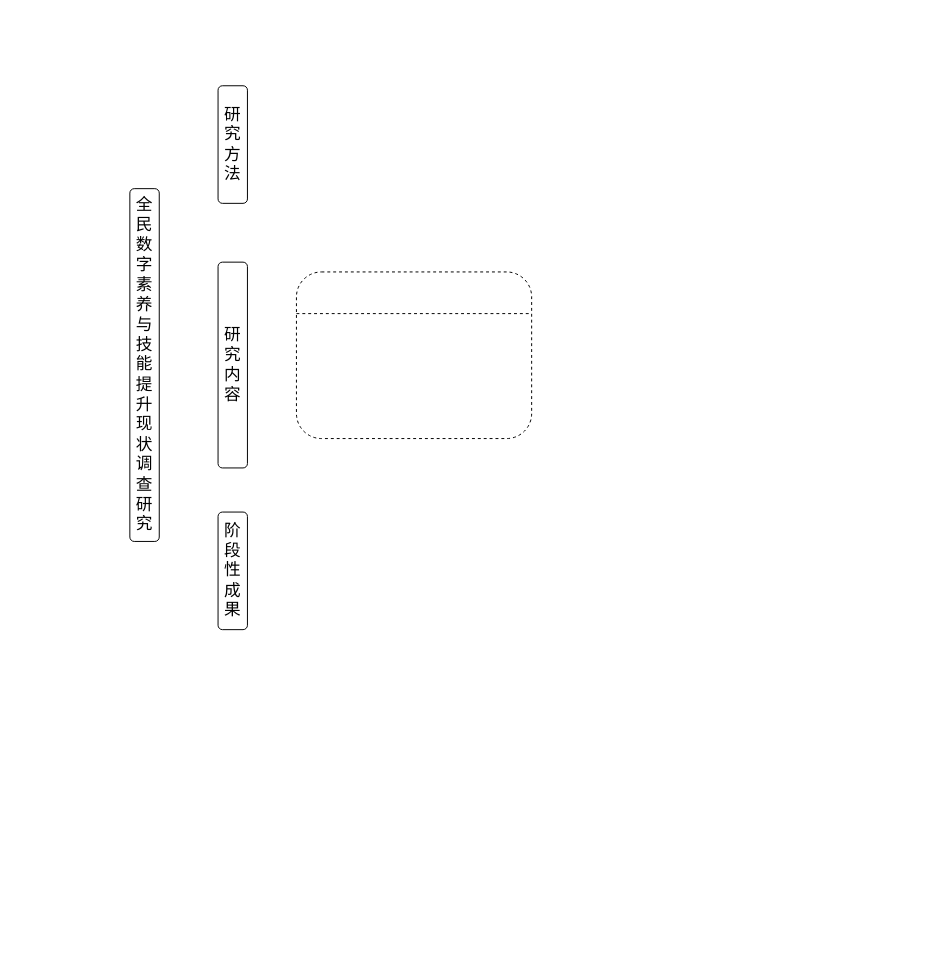
Above: EDU/数字素养调查研究路径.drawio in redcomet88/DRAW (draw.io), before the change. Source tidied: cells renumbered, new cells numbered last; positions are measured from the earlier drawing's top-left corner, leaving out a move shared by most shapes. Both pictures are drawn from the tidied source at 98%, with x=0, y=0 at pixel (129, 85).
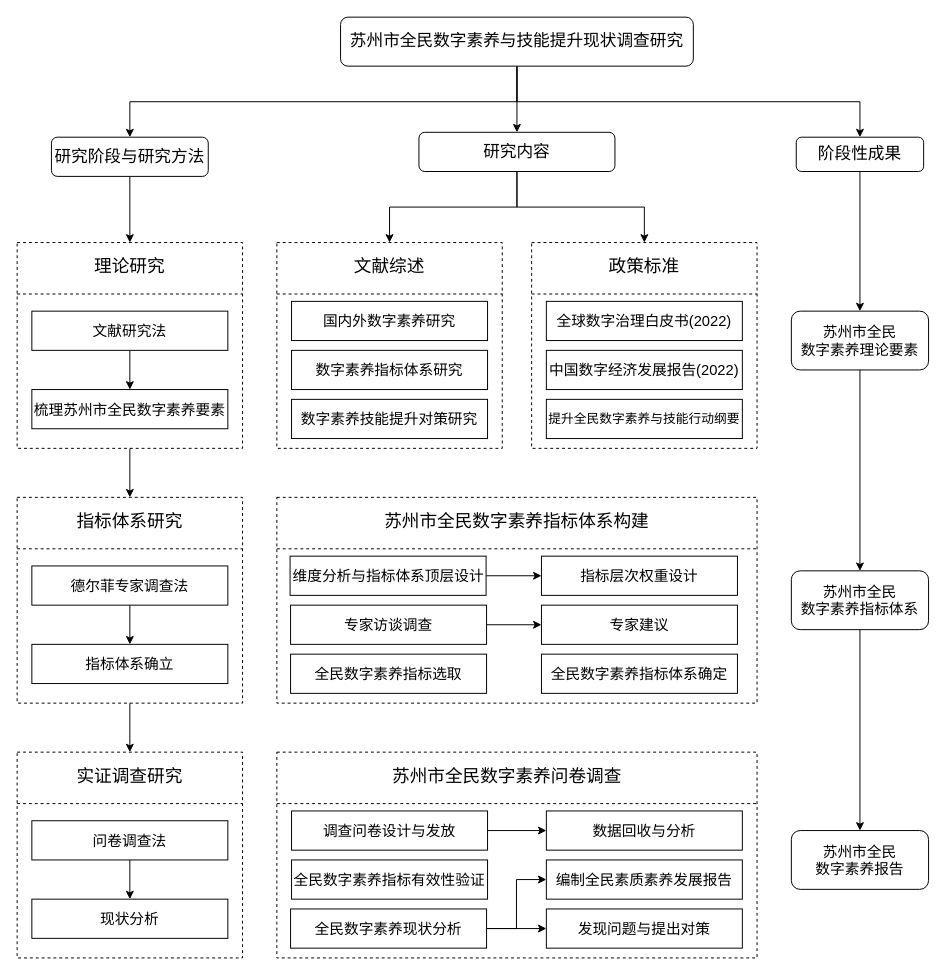
The same page after the edit.

Commit message (it also covers changes not shown here):
更新数字素养调查研究路径.drawio

Change to the diagram source:
```diff
@@
+    <mxCell id="8" style="edgeStyle=orthogonalEdgeStyle;rounded=0;jettySize=auto;html=1;exitX=0.5;exitY=1;exitDx=0;exitDy=0;" parent="1" edge="1" source="2" target="3">
+      <mxGeometry relative="1" as="geometry" />
+    </mxCell>
+    <mxCell id="9" style="edgeStyle=orthogonalEdgeStyle;rounded=0;jettySize=auto;html=1;exitX=0.5;exitY=1;exitDx=0;exitDy=0;entryX=0.5;entryY=0;entryDx=0;entryDy=0;" parent="1" edge="1" source="2" target="5">
+      <mxGeometry relative="1" as="geometry" />
+    </mxCell>
+    <mxCell id="10" style="edgeStyle=orthogonalEdgeStyle;rounded=0;jettySize=auto;html=1;exitX=0.5;exitY=1;exitDx=0;exitDy=0;entryX=0.5;entryY=0;entryDx=0;entryDy=0;" parent="1" edge="1" source="2" target="4">
+      <mxGeometry relative="1" as="geometry" />
+    </mxCell>
-    <mxCell id="2" value="全民数字素养与技能提升现状调查研究" style="rounded=1;whiteSpace=wrap;html=1;fontSize=17;" parent="1" vertex="1">
-      <mxGeometry y="105" width="30" height="360" as="geometry" />
+    <mxCell id="2" value="苏州市全民数字素养与技能提升现状调查研究" style="rounded=1;whiteSpace=wrap;html=1;fontSize=17;" parent="1" vertex="1">
+      <mxGeometry x="215" y="-70" width="360" height="50" as="geometry" />
     </mxCell>
+    <mxCell id="11" style="edgeStyle=orthogonalEdgeStyle;rounded=0;jettySize=auto;html=1;exitX=0.5;exitY=1;exitDx=0;exitDy=0;entryX=0.5;entryY=0;entryDx=0;entryDy=0;" parent="1" edge="1" source="3" target="6">
+      <mxGeometry relative="1" as="geometry" />
+    </mxCell>
+    <mxCell id="12" style="edgeStyle=orthogonalEdgeStyle;rounded=0;jettySize=auto;html=1;exitX=0.5;exitY=1;exitDx=0;exitDy=0;entryX=0.5;entryY=0;entryDx=0;entryDy=0;" parent="1" edge="1" source="3" target="19">
+      <mxGeometry relative="1" as="geometry" />
+    </mxCell>
     <mxCell id="3" value="研究内容" style="rounded=1;whiteSpace=wrap;html=1;fontSize=17;" parent="1" vertex="1">
-      <mxGeometry x="90" y="180" width="30" height="210" as="geometry" />
+      <mxGeometry x="295" y="47.5" width="200" height="40" as="geometry" />
     </mxCell>
+    <mxCell id="13" style="edgeStyle=orthogonalEdgeStyle;rounded=0;jettySize=auto;html=1;exitX=0.5;exitY=1;exitDx=0;exitDy=0;entryX=0.5;entryY=0;entryDx=0;entryDy=0;" parent="1" edge="1" source="4" target="33">
+      <mxGeometry relative="1" as="geometry" />
+    </mxCell>
     <mxCell id="4" value="阶段性成果" style="rounded=1;whiteSpace=wrap;html=1;fontSize=17;" parent="1" vertex="1">
-      <mxGeometry x="90" y="435" width="30" height="120" as="geometry" />
+      <mxGeometry x="680" y="52.5" width="130" height="35" as="geometry" />
     </mxCell>
+    <mxCell id="14" style="edgeStyle=orthogonalEdgeStyle;rounded=0;jettySize=auto;html=1;exitX=0.5;exitY=1;exitDx=0;exitDy=0;entryX=0.5;entryY=0;entryDx=0;entryDy=0;" parent="1" edge="1" source="5" target="26">
+      <mxGeometry relative="1" as="geometry" />
+    </mxCell>
-    <mxCell id="5" value="研究方法" style="rounded=1;whiteSpace=wrap;html=1;fontSize=17;" parent="1" vertex="1">
-      <mxGeometry x="90" width="30" height="120" as="geometry" />
+    <mxCell id="5" value="研究阶段与研究方法" style="rounded=1;whiteSpace=wrap;html=1;fontSize=17;" parent="1" vertex="1">
+      <mxGeometry x="-80" y="52.5" width="160" height="40" as="geometry" />
     </mxCell>
-    <mxCell id="6" style="rounded=1;whiteSpace=wrap;html=1;dashed=1;" parent="1" vertex="1">
-      <mxGeometry x="170" y="190" width="240" height="170" as="geometry" />
+    <mxCell id="6" style="rounded=0;whiteSpace=wrap;html=1;dashed=1;" parent="1" vertex="1">
+      <mxGeometry x="150" y="160" width="230" height="210" as="geometry" />
     </mxCell>
@@
+    <mxCell id="15" value="文献综述" style="text;html=1;strokeColor=none;fillColor=none;align=center;verticalAlign=middle;whiteSpace=wrap;rounded=0;fontSize=18;" parent="1" vertex="1">
+      <mxGeometry x="190" y="170" width="150" height="30" as="geometry" />
+    </mxCell>
+    <mxCell id="16" value="国内外数字素养研究" style="rounded=0;whiteSpace=wrap;html=1;fontSize=15;" parent="1" vertex="1">
+      <mxGeometry x="165" y="220" width="200" height="40" as="geometry" />
+    </mxCell>
+    <mxCell id="17" value="数字素养指标体系研究" style="rounded=0;whiteSpace=wrap;html=1;fontSize=15;" parent="1" vertex="1">
+      <mxGeometry x="165" y="270" width="200" height="40" as="geometry" />
+    </mxCell>
+    <mxCell id="18" value="数字素养技能提升对策研究" style="rounded=0;whiteSpace=wrap;html=1;fontSize=15;" parent="1" vertex="1">
+      <mxGeometry x="165" y="320" width="200" height="40" as="geometry" />
+    </mxCell>
+    <mxCell id="19" style="rounded=0;whiteSpace=wrap;html=1;dashed=1;" parent="1" vertex="1">
+      <mxGeometry x="410" y="160" width="230" height="210" as="geometry" />
+    </mxCell>
+    <mxCell id="20" style="endArrow=none;dashed=1;html=1;rounded=0;entryX=1;entryY=0.25;entryDx=0;entryDy=0;exitX=0;exitY=0.25;exitDx=0;exitDy=0;" parent="1" edge="1" source="19" target="19">
+      <mxGeometry relative="1" as="geometry" />
+    </mxCell>
+    <mxCell id="21" value="政策标准" style="text;html=1;strokeColor=none;fillColor=none;align=center;verticalAlign=middle;whiteSpace=wrap;rounded=0;fontSize=18;" parent="1" vertex="1">
+      <mxGeometry x="450" y="170" width="150" height="30" as="geometry" />
+    </mxCell>
+    <mxCell id="22" value="全球数字治理白皮书(2022)" style="rounded=0;whiteSpace=wrap;html=1;fontSize=15;" parent="1" vertex="1">
+      <mxGeometry x="425" y="220" width="200" height="40" as="geometry" />
+    </mxCell>
+    <mxCell id="23" value="中国数字经济发展报告(2022)" style="rounded=0;whiteSpace=wrap;html=1;fontSize=15;" parent="1" vertex="1">
+      <mxGeometry x="425" y="270" width="200" height="40" as="geometry" />
+    </mxCell>
+    <mxCell id="24" value="提升全民数字素养与技能行动纲要" style="rounded=0;whiteSpace=wrap;html=1;fontSize=13;" parent="1" vertex="1">
+      <mxGeometry x="425" y="320" width="200" height="40" as="geometry" />
+    </mxCell>
+    <mxCell id="25" style="edgeStyle=orthogonalEdgeStyle;rounded=0;jettySize=auto;html=1;exitX=0.5;exitY=1;exitDx=0;exitDy=0;entryX=0.5;entryY=0;entryDx=0;entryDy=0;" parent="1" edge="1" source="26" target="38">
+      <mxGeometry relative="1" as="geometry" />
+    </mxCell>
+    <mxCell id="26" style="rounded=0;whiteSpace=wrap;html=1;dashed=1;" parent="1" vertex="1">
+      <mxGeometry x="-115" y="160" width="230" height="210" as="geometry" />
+    </mxCell>
+    <mxCell id="27" style="endArrow=none;dashed=1;html=1;rounded=0;entryX=1;entryY=0.25;entryDx=0;entryDy=0;exitX=0;exitY=0.25;exitDx=0;exitDy=0;" parent="1" edge="1" source="26" target="26">
+      <mxGeometry relative="1" as="geometry" />
+    </mxCell>
+    <mxCell id="28" value="理论研究" style="text;html=1;strokeColor=none;fillColor=none;align=center;verticalAlign=middle;whiteSpace=wrap;rounded=0;fontSize=18;" parent="1" vertex="1">
+      <mxGeometry x="-75" y="170" width="150" height="30" as="geometry" />
+    </mxCell>
+    <mxCell id="29" style="edgeStyle=orthogonalEdgeStyle;rounded=0;jettySize=auto;html=1;" parent="1" edge="1" source="30" target="31">
+      <mxGeometry relative="1" as="geometry" />
+    </mxCell>
+    <mxCell id="30" value="文献研究法" style="rounded=0;whiteSpace=wrap;html=1;fontSize=15;" parent="1" vertex="1">
+      <mxGeometry x="-100" y="230" width="200" height="40" as="geometry" />
+    </mxCell>
+    <mxCell id="31" value="梳理苏州市全民数字素养要素" style="rounded=0;whiteSpace=wrap;html=1;fontSize=15;" parent="1" vertex="1">
+      <mxGeometry x="-100" y="310" width="200" height="40" as="geometry" />
+    </mxCell>
+    <mxCell id="32" style="edgeStyle=orthogonalEdgeStyle;rounded=0;jettySize=auto;html=1;exitX=0.5;exitY=1;exitDx=0;exitDy=0;entryX=0.5;entryY=0;entryDx=0;entryDy=0;" parent="1" edge="1" source="33" target="35">
+      <mxGeometry relative="1" as="geometry" />
+    </mxCell>
+    <mxCell id="33" value="苏州市全民&lt;br&gt;数字素养理论要素" style="rounded=1;whiteSpace=wrap;html=1;fontSize=15;" parent="1" vertex="1">
+      <mxGeometry x="675" y="230" width="140" height="60" as="geometry" />
+    </mxCell>
+    <mxCell id="34" style="edgeStyle=orthogonalEdgeStyle;rounded=0;jettySize=auto;html=1;exitX=0.5;exitY=1;exitDx=0;exitDy=0;entryX=0.5;entryY=0;entryDx=0;entryDy=0;" parent="1" edge="1" source="35" target="36">
+      <mxGeometry relative="1" as="geometry" />
+    </mxCell>
+    <mxCell id="35" value="苏州市全民&lt;br&gt;数字素养指标体系" style="rounded=1;whiteSpace=wrap;html=1;fontSize=15;" parent="1" vertex="1">
+      <mxGeometry x="675" y="495" width="140" height="60" as="geometry" />
+    </mxCell>
+    <mxCell id="36" value="苏州市全民&lt;br&gt;数字素养报告" style="rounded=1;whiteSpace=wrap;html=1;fontSize=15;" parent="1" vertex="1">
+      <mxGeometry x="675" y="760" width="140" height="60" as="geometry" />
+    </mxCell>
+    <mxCell id="37" style="edgeStyle=orthogonalEdgeStyle;rounded=0;jettySize=auto;html=1;exitX=0.5;exitY=1;exitDx=0;exitDy=0;entryX=0.5;entryY=0;entryDx=0;entryDy=0;" parent="1" edge="1" source="38" target="44">
+      <mxGeometry relative="1" as="geometry" />
+    </mxCell>
+    <mxCell id="38" style="rounded=0;whiteSpace=wrap;html=1;dashed=1;" parent="1" vertex="1">
+      <mxGeometry x="-115" y="420" width="230" height="210" as="geometry" />
+    </mxCell>
+    <mxCell id="39" style="endArrow=none;dashed=1;html=1;rounded=0;entryX=1;entryY=0.25;entryDx=0;entryDy=0;exitX=0;exitY=0.25;exitDx=0;exitDy=0;" parent="1" edge="1" source="38" target="38">
+      <mxGeometry relative="1" as="geometry" />
+    </mxCell>
+    <mxCell id="40" style="edgeStyle=orthogonalEdgeStyle;rounded=0;jettySize=auto;html=1;" parent="1" edge="1" source="41" target="42">
+      <mxGeometry relative="1" as="geometry" />
+    </mxCell>
+    <mxCell id="41" value="德尔菲专家调查法" style="rounded=0;whiteSpace=wrap;html=1;fontSize=15;" parent="1" vertex="1">
+      <mxGeometry x="-100" y="490" width="200" height="40" as="geometry" />
+    </mxCell>
+    <mxCell id="42" value="指标体系确立" style="rounded=0;whiteSpace=wrap;html=1;fontSize=15;" parent="1" vertex="1">
+      <mxGeometry x="-100" y="570" width="200" height="40" as="geometry" />
+    </mxCell>
+    <mxCell id="43" value="指标体系研究" style="text;html=1;strokeColor=none;fillColor=none;align=center;verticalAlign=middle;whiteSpace=wrap;rounded=0;fontSize=18;" parent="1" vertex="1">
+      <mxGeometry x="-75" y="430" width="150" height="30" as="geometry" />
+    </mxCell>
+    <mxCell id="44" style="rounded=0;whiteSpace=wrap;html=1;dashed=1;" parent="1" vertex="1">
+      <mxGeometry x="-115" y="680" width="230" height="210" as="geometry" />
+    </mxCell>
+    <mxCell id="45" style="endArrow=none;dashed=1;html=1;rounded=0;entryX=1;entryY=0.25;entryDx=0;entryDy=0;exitX=0;exitY=0.25;exitDx=0;exitDy=0;" parent="1" edge="1" source="44" target="44">
+      <mxGeometry relative="1" as="geometry" />
+    </mxCell>
+    <mxCell id="46" style="edgeStyle=orthogonalEdgeStyle;rounded=0;jettySize=auto;html=1;" parent="1" edge="1" source="47" target="48">
+      <mxGeometry relative="1" as="geometry" />
+    </mxCell>
+    <mxCell id="47" value="问卷调查法" style="rounded=0;whiteSpace=wrap;html=1;fontSize=15;" parent="1" vertex="1">
+      <mxGeometry x="-100" y="750" width="200" height="40" as="geometry" />
+    </mxCell>
+    <mxCell id="48" value="现状分析" style="rounded=0;whiteSpace=wrap;html=1;fontSize=15;" parent="1" vertex="1">
+      <mxGeometry x="-100" y="830" width="200" height="40" as="geometry" />
+    </mxCell>
+    <mxCell id="49" value="实证调查研究" style="text;html=1;strokeColor=none;fillColor=none;align=center;verticalAlign=middle;whiteSpace=wrap;rounded=0;fontSize=18;" parent="1" vertex="1">
+      <mxGeometry x="-75" y="690" width="150" height="30" as="geometry" />
+    </mxCell>
+    <mxCell id="50" style="rounded=0;whiteSpace=wrap;html=1;dashed=1;" parent="1" vertex="1">
+      <mxGeometry x="150" y="420" width="490" height="210" as="geometry" />
+    </mxCell>
+    <mxCell id="51" style="endArrow=none;dashed=1;html=1;rounded=0;entryX=1;entryY=0.25;entryDx=0;entryDy=0;exitX=0;exitY=0.25;exitDx=0;exitDy=0;" parent="1" edge="1" source="50" target="50">
+      <mxGeometry relative="1" as="geometry" />
+    </mxCell>
+    <mxCell id="52" value="苏州市全民数字素养指标体系构建" style="text;html=1;strokeColor=none;fillColor=none;align=center;verticalAlign=middle;whiteSpace=wrap;rounded=0;fontSize=18;" parent="1" vertex="1">
+      <mxGeometry x="200" y="430" width="390" height="30" as="geometry" />
+    </mxCell>
+    <mxCell id="53" value="全民数字素养指标选取" style="rounded=0;whiteSpace=wrap;html=1;fontSize=15;" parent="1" vertex="1">
+      <mxGeometry x="164" y="580" width="200" height="40" as="geometry" />
+    </mxCell>
+    <mxCell id="54" style="edgeStyle=orthogonalEdgeStyle;rounded=0;jettySize=auto;html=1;exitX=1;exitY=0.5;exitDx=0;exitDy=0;entryX=0;entryY=0.5;entryDx=0;entryDy=0;" parent="1" edge="1" source="55" target="66">
+      <mxGeometry relative="1" as="geometry" />
+    </mxCell>
+    <mxCell id="55" value="专家访谈调查" style="rounded=0;whiteSpace=wrap;html=1;fontSize=15;" parent="1" vertex="1">
+      <mxGeometry x="164" y="530" width="200" height="40" as="geometry" />
+    </mxCell>
+    <mxCell id="56" style="rounded=0;whiteSpace=wrap;html=1;dashed=1;" parent="1" vertex="1">
+      <mxGeometry x="150" y="680" width="490" height="210" as="geometry" />
+    </mxCell>
+    <mxCell id="57" style="endArrow=none;dashed=1;html=1;rounded=0;entryX=1;entryY=0.25;entryDx=0;entryDy=0;exitX=0;exitY=0.25;exitDx=0;exitDy=0;" parent="1" edge="1" source="56" target="56">
+      <mxGeometry relative="1" as="geometry" />
+    </mxCell>
+    <mxCell id="58" value="苏州市全民数字素养问卷调查" style="text;html=1;strokeColor=none;fillColor=none;align=center;verticalAlign=middle;whiteSpace=wrap;rounded=0;fontSize=18;" parent="1" vertex="1">
+      <mxGeometry x="190" y="690" width="390" height="30" as="geometry" />
+    </mxCell>
+    <mxCell id="59" style="edgeStyle=orthogonalEdgeStyle;rounded=0;jettySize=auto;html=1;exitX=1;exitY=0.5;exitDx=0;exitDy=0;entryX=0;entryY=0.5;entryDx=0;entryDy=0;" parent="1" edge="1" source="60" target="61">
+      <mxGeometry relative="1" as="geometry" />
+    </mxCell>
+    <mxCell id="60" value="调查问卷设计与发放" style="rounded=0;whiteSpace=wrap;html=1;fontSize=15;" parent="1" vertex="1">
+      <mxGeometry x="165" y="740" width="200" height="40" as="geometry" />
+    </mxCell>
+    <mxCell id="61" value="数据回收与分析" style="rounded=0;whiteSpace=wrap;html=1;fontSize=15;" parent="1" vertex="1">
+      <mxGeometry x="425" y="740" width="200" height="40" as="geometry" />
+    </mxCell>
+    <mxCell id="62" value="全民数字素养指标有效性验证" style="rounded=0;whiteSpace=wrap;html=1;fontSize=15;" parent="1" vertex="1">
+      <mxGeometry x="165" y="790" width="200" height="40" as="geometry" />
+    </mxCell>
+    <mxCell id="63" style="edgeStyle=orthogonalEdgeStyle;rounded=0;jettySize=auto;html=1;exitX=1;exitY=0.5;exitDx=0;exitDy=0;entryX=0;entryY=0.5;entryDx=0;entryDy=0;" parent="1" edge="1" source="64" target="65">
+      <mxGeometry relative="1" as="geometry" />
+    </mxCell>
+    <mxCell id="64" value="维度分析与指标体系顶层设计" style="rounded=0;whiteSpace=wrap;html=1;fontSize=15;" parent="1" vertex="1">
+      <mxGeometry x="163.5" y="480" width="200" height="40" as="geometry" />
+    </mxCell>
+    <mxCell id="65" value="指标层次权重设计" style="rounded=0;whiteSpace=wrap;html=1;fontSize=15;" parent="1" vertex="1">
+      <mxGeometry x="420" y="480" width="200" height="40" as="geometry" />
+    </mxCell>
+    <mxCell id="66" value="专家建议" style="rounded=0;whiteSpace=wrap;html=1;fontSize=15;" parent="1" vertex="1">
+      <mxGeometry x="420" y="530" width="200" height="40" as="geometry" />
+    </mxCell>
+    <mxCell id="67" value="全民数字素养指标体系确定" style="rounded=0;whiteSpace=wrap;html=1;fontSize=15;" parent="1" vertex="1">
+      <mxGeometry x="420" y="580" width="200" height="40" as="geometry" />
+    </mxCell>
+    <mxCell id="68" style="edgeStyle=orthogonalEdgeStyle;rounded=0;jettySize=auto;html=1;exitX=1;exitY=0.5;exitDx=0;exitDy=0;entryX=0;entryY=0.5;entryDx=0;entryDy=0;" parent="1" edge="1" source="70" target="71">
+      <mxGeometry relative="1" as="geometry" />
+    </mxCell>
+    <mxCell id="69" style="edgeStyle=orthogonalEdgeStyle;rounded=0;jettySize=auto;html=1;exitX=1;exitY=0.5;exitDx=0;exitDy=0;entryX=0;entryY=0.5;entryDx=0;entryDy=0;" parent="1" edge="1" source="70" target="72">
+      <mxGeometry relative="1" as="geometry" />
+    </mxCell>
+    <mxCell id="70" value="全民数字素养现状分析" style="rounded=0;whiteSpace=wrap;html=1;fontSize=15;" parent="1" vertex="1">
+      <mxGeometry x="164" y="840" width="200" height="40" as="geometry" />
+    </mxCell>
+    <mxCell id="71" value="编制全民素质素养发展报告" style="rounded=0;whiteSpace=wrap;html=1;fontSize=15;" parent="1" vertex="1">
+      <mxGeometry x="425" y="790" width="200" height="40" as="geometry" />
+    </mxCell>
+    <mxCell id="72" value="发现问题与提出对策" style="rounded=0;whiteSpace=wrap;html=1;fontSize=15;" parent="1" vertex="1">
+      <mxGeometry x="425" y="840" width="200" height="40" as="geometry" />
+    </mxCell>
```
